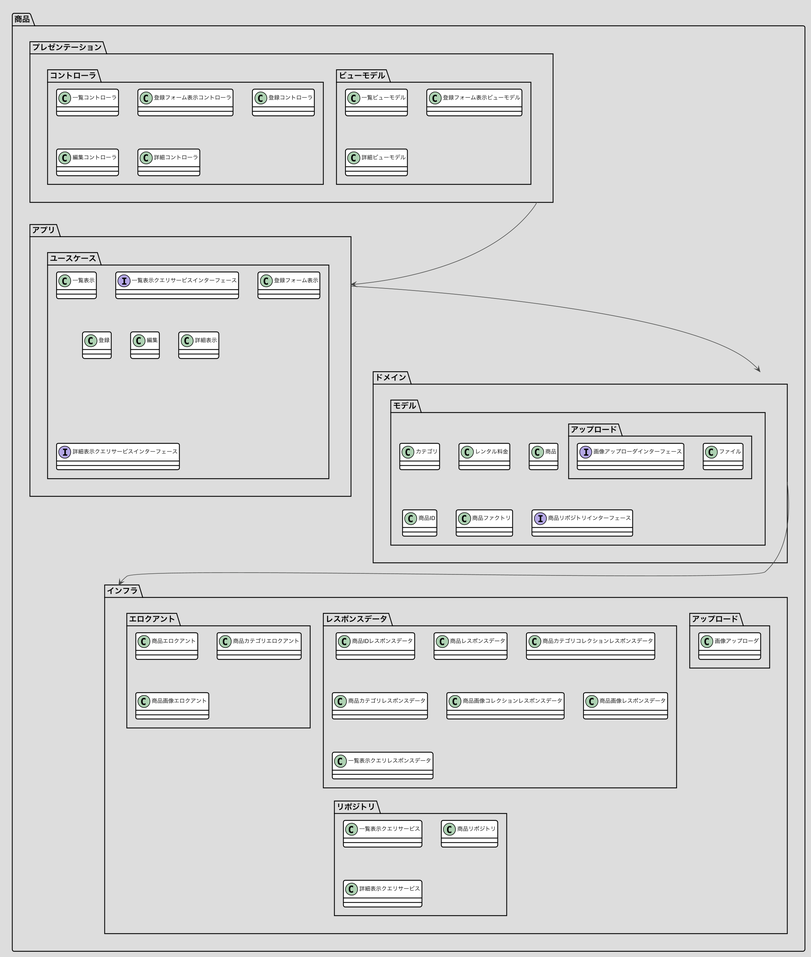
Above: docs/画像/商品.png in nomura-kainos/japanese-ddd-sample (PlantUML), before the change. Source of this version:
```plantuml
@startuml

skinparam Actor {
    BackgroundColor black
    BorderColor black
    FontColor 454645
}

skinparam Boundary {
    BackgroundColor white
    BorderColor 454645
    FontColor 454645
}

skinparam Entity {
    BackgroundColor white
    BorderColor 454645
    FontColor 454645
}

skinparam Control {
    BackgroundColor white
    BorderColor 454645
    FontColor 454645
}

skinparam Usecase {
    BackgroundColor white
    BorderColor 999999
}

skinparam Note {
    BackgroundColor white
    BorderColor 454645
    FontColor 454645
}

skinparam Class {
    BackgroundColor white
    BorderColor black
    ArrowColor black
    FontColor black
    FontSize 10
    FontName Helvetica
}

skinparam BackgroundColor DDDDDD
skinparam Shadowing false
skinparam RoundCorner 7
skinparam ArrowColor 454645
skinparam FontColor 454645

プレゼンテーション ---> アプリ
アプリ ---> ドメイン
ドメイン ---> インフラ

package 商品 <<Folder>> {
 package プレゼンテーション {
  package ビューモデル {
   class 一覧ビューモデル
   class 登録フォーム表示ビューモデル
   class 詳細ビューモデル
  }
  package コントローラ {
   class 一覧コントローラ
   class 登録フォーム表示コントローラ
   class 登録コントローラ
   class 編集コントローラ
   class 詳細コントローラ
  }
 }
 package アプリ {
  package ユースケース {
   class 一覧表示
   interface 一覧表示クエリサービスインターフェース
   class 登録フォーム表示
   class 登録
   class 編集
   class 詳細表示
   interface 詳細表示クエリサービスインターフェース
  }
 }
 package ドメイン {
  namespace モデル {
   namespace アップロード {
    class ファイル
    interface 画像アップローダインターフェース
   }
   class カテゴリ
   class レンタル料金
   class 商品
   class 商品ID
   class 商品ファクトリ
   interface 商品リポジトリインターフェース
  }
 }
 package インフラ {
  namespace アップロード {
   class 画像アップローダ
  }
  package レスポンスデータ {
   class 商品IDレスポンスデータ
   class 商品レスポンスデータ
   class 商品カテゴリコレクションレスポンスデータ
   class 商品カテゴリレスポンスデータ
   class 商品画像コレクションレスポンスデータ
   class 商品画像レスポンスデータ
   class 一覧表示クエリレスポンスデータ
  }
  package エロクアント {
   class 商品エロクアント
   class 商品カテゴリエロクアント
   class 商品画像エロクアント
  }
  package リポジトリ {
   class 一覧表示クエリサービス
   class 商品リポジトリ
   class 詳細表示クエリサービス
  }
 }
}
@enduml
```
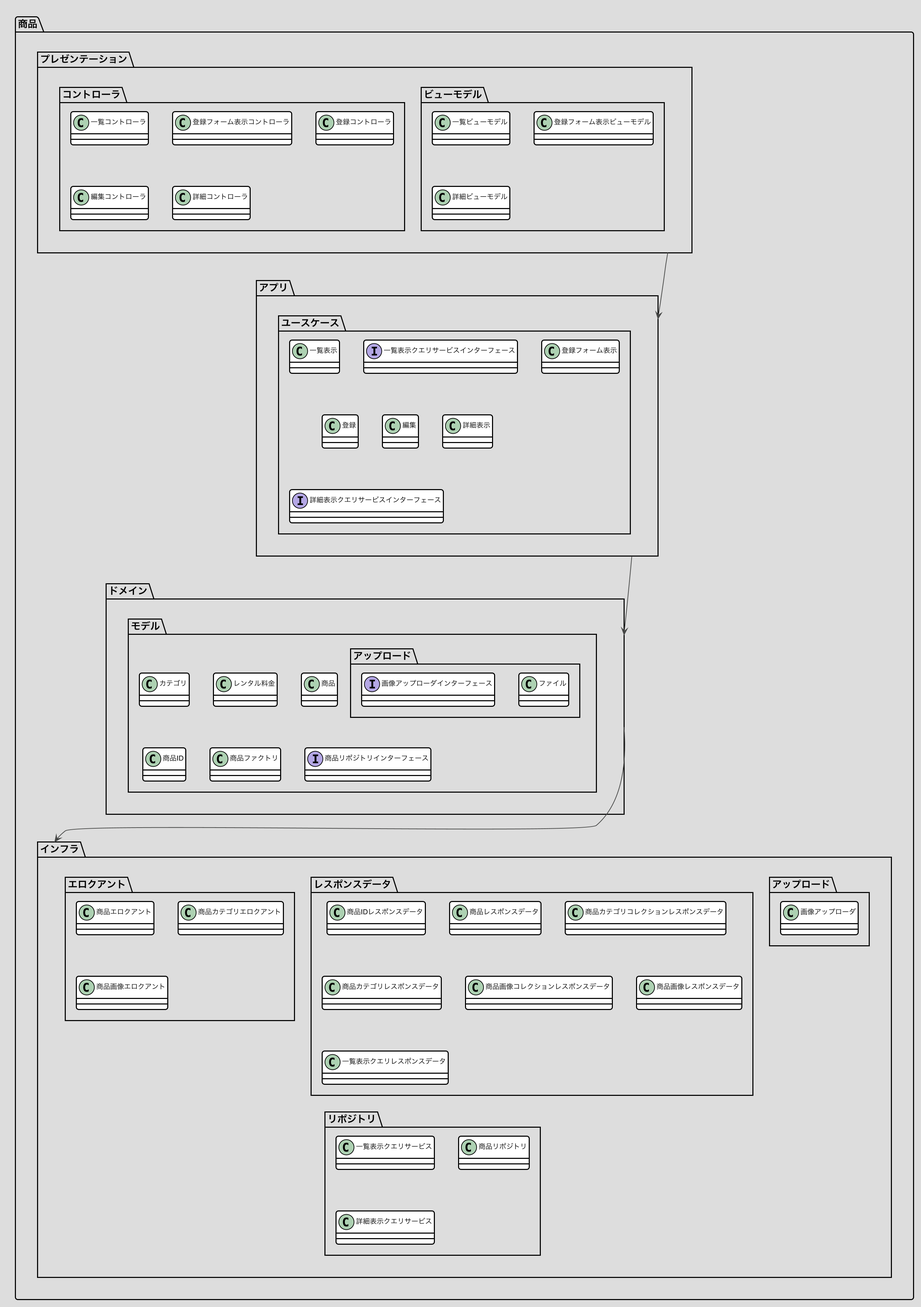
The same file after the commit.

Commit message:
docs:レイアウト崩れの修正

Diff of the diagram source:
```diff
@@ -51,7 +51,7 @@
 skinparam FontColor 454645
 
 プレゼンテーション ---> アプリ
-アプリ ---> ドメイン
+アプリ ----> ドメイン
 ドメイン ---> インフラ
 
 package 商品 <<Folder>> {
```
